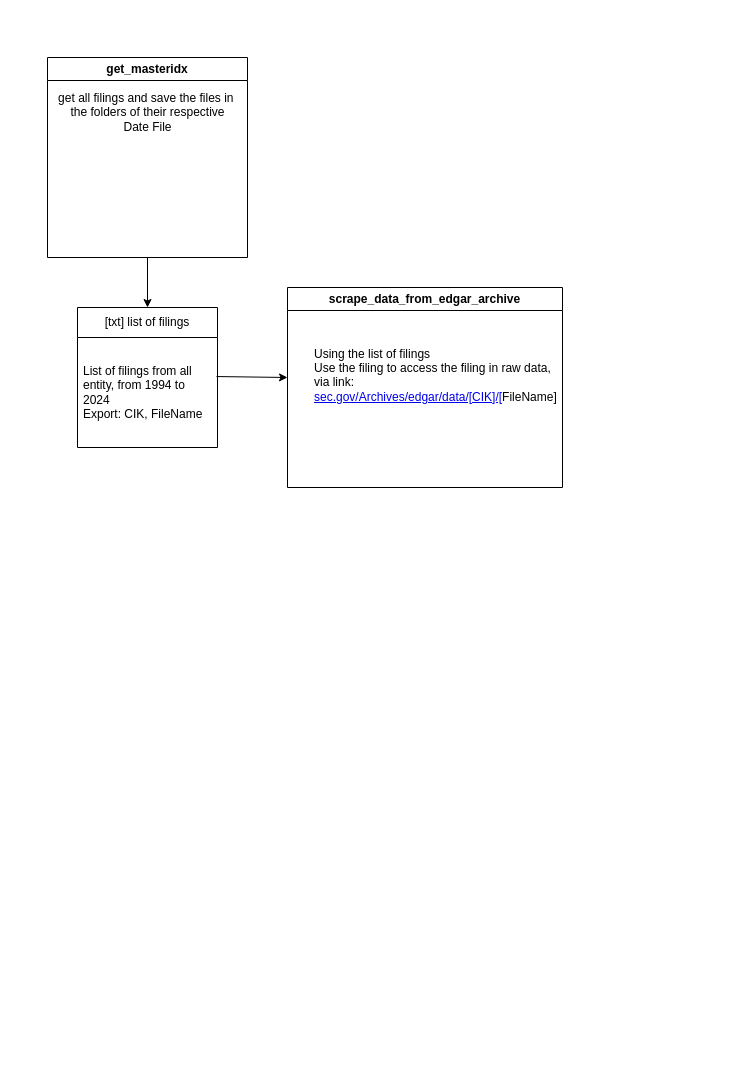
The draw.io diagram page "Page-1" (1 of 2) of Untitled Diagram.drawio in LinhVarru/SEC-API-Search-Engine, before the edit. Source tidied: cells renumbered, new cells numbered last; positions are measured from the earlier drawing's top-left corner, leaving out a move shared by most shapes. Both pictures are drawn from the tidied source at 100%, with x=0, y=0 at pixel (47, 57).
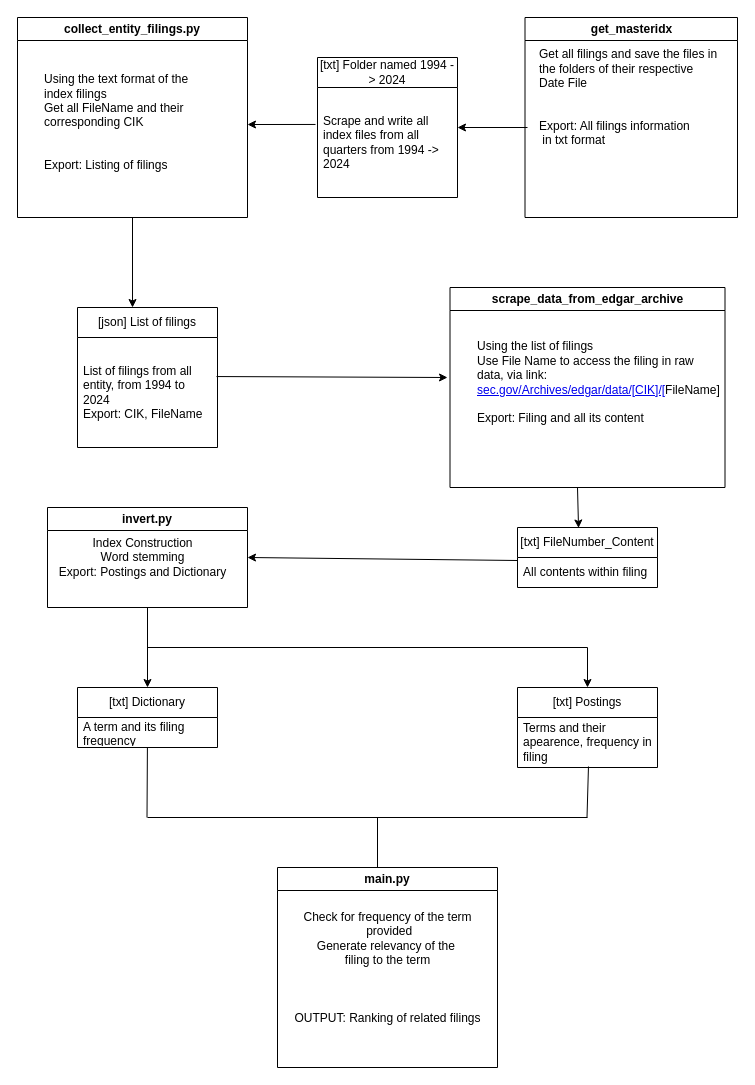
After the change.

Unchanged cells that the change refers to:
```xml
<mxCell id="6" value="List of filings from all entity, from 1994 to 2024&lt;div&gt;Export: CIK, FileName&lt;/div&gt;" style="text;strokeColor=none;fillColor=none;align=left;verticalAlign=middle;spacingLeft=4;spacingRight=4;overflow=hidden;points=[[0,0.5],[1,0.5]];portConstraint=eastwest;whiteSpace=wrap;html=1;" parent="5" vertex="1">
  <mxGeometry y="30" width="140" height="110" as="geometry" />
</mxCell>
```

The edit, as a diff of the source:
```diff
@@
     <mxCell id="2" value="get_masteridx" style="swimlane;whiteSpace=wrap;html=1;" parent="1" vertex="1">
-      <mxGeometry width="200" height="200" as="geometry" />
+      <mxGeometry x="477.5" y="-40" width="212.5" height="200" as="geometry" />
     </mxCell>
-    <mxCell id="3" value="get all filings and save the files in&amp;nbsp;&lt;div&gt;t&lt;span style=&quot;background-color: initial;&quot;&gt;he folders of their respective&lt;/span&gt;&lt;div&gt;&lt;div&gt;Date File&lt;/div&gt;&lt;/div&gt;&lt;/div&gt;" style="text;html=1;align=center;verticalAlign=middle;strokeColor=none;fillColor=none;" parent="2" vertex="1">
-      <mxGeometry y="25" width="200" height="60" as="geometry" />
+    <mxCell id="3" value="Get all filings and save the files in&amp;nbsp;&lt;div&gt;t&lt;span style=&quot;background-color: initial;&quot;&gt;he folders of their respective&lt;/span&gt;&lt;div&gt;&lt;div&gt;Date File&lt;/div&gt;&lt;/div&gt;&lt;/div&gt;&lt;div style=&quot;&quot;&gt;&lt;br&gt;&lt;/div&gt;&lt;div&gt;&lt;br&gt;&lt;/div&gt;&lt;div&gt;Export: All filings information&lt;/div&gt;&lt;div&gt;&amp;nbsp;in txt format&lt;/div&gt;" style="text;html=1;align=left;verticalAlign=middle;strokeColor=none;fillColor=none;" parent="2" vertex="1">
+      <mxGeometry x="12.5" y="25" width="200" height="110" as="geometry" />
     </mxCell>
-    <mxCell id="4" style="endArrow=classic;html=1;rounded=0;exitX=0.5;exitY=1;exitDx=0;exitDy=0;" parent="1" edge="1" source="2">
-      <mxGeometry relative="1" as="geometry">
-        <mxPoint x="100" y="250" as="targetPoint" />
-      </mxGeometry>
-    </mxCell>
-    <mxCell id="5" value="[txt] list of filings" style="swimlane;fontStyle=0;horizontal=1;startSize=30;whiteSpace=wrap;html=1;" parent="1" vertex="1">
+    <mxCell id="5" value="[json] List of filings" style="swimlane;fontStyle=0;horizontal=1;startSize=30;whiteSpace=wrap;html=1;" parent="1" vertex="1">
       <mxGeometry x="30" y="250" width="140" height="140" as="geometry" />
     </mxCell>
@@
     <mxCell id="7" style="endArrow=classic;html=1;rounded=0;exitX=0.993;exitY=0.355;exitDx=0;exitDy=0;exitPerimeter=0;" parent="1" edge="1" source="6">
       <mxGeometry relative="1" as="geometry">
-        <mxPoint x="240" y="320" as="targetPoint" />
+        <mxPoint x="400" y="320" as="targetPoint" />
       </mxGeometry>
     </mxCell>
     <mxCell id="8" value="scrape_data_from_edgar_archive" style="swimlane;whiteSpace=wrap;html=1;" parent="1" vertex="1">
-      <mxGeometry x="240" y="230" width="275" height="200" as="geometry" />
+      <mxGeometry x="402.5" y="230" width="275" height="200" as="geometry" />
     </mxCell>
-    <mxCell id="9" value="Using the list of filings&lt;div&gt;Use the filing to access the filing in raw data, via link:&lt;/div&gt;&lt;div&gt;&lt;a href=&quot;https://www.sec.gov/Archives/edgar/data/704172/0001493152-24-009464.txt&quot;&gt;sec.gov/Archives/edgar/data/[CIK]/[&lt;/a&gt;FileName]&lt;br&gt;&lt;/div&gt;&lt;div&gt;&lt;br&gt;&lt;/div&gt;" style="text;html=1;align=left;verticalAlign=middle;whiteSpace=wrap;rounded=0;" parent="8" vertex="1">
+    <mxCell id="9" value="Using the list of filings&lt;div&gt;Use File Name to access the filing in raw data, via link:&lt;/div&gt;&lt;div&gt;&lt;a href=&quot;https://www.sec.gov/Archives/edgar/data/704172/0001493152-24-009464.txt&quot;&gt;sec.gov/Archives/edgar/data/[CIK]/[&lt;/a&gt;FileName]&lt;br&gt;&lt;/div&gt;&lt;div&gt;&lt;br&gt;&lt;/div&gt;&lt;div&gt;Export: Filing and all its content&lt;/div&gt;" style="text;html=1;align=left;verticalAlign=middle;whiteSpace=wrap;rounded=0;" parent="8" vertex="1">
       <mxGeometry x="25" y="75" width="175" height="40" as="geometry" />
     </mxCell>
+    <mxCell id="10" style="endArrow=classic;html=1;rounded=0;entryX=0.436;entryY=0.008;entryDx=0;entryDy=0;entryPerimeter=0;" parent="8" edge="1" target="11">
+      <mxGeometry relative="1" as="geometry">
+        <mxPoint x="127.5" y="200" as="sourcePoint" />
+      </mxGeometry>
+    </mxCell>
+    <mxCell id="11" value="[txt] FileNumber_Content" style="swimlane;fontStyle=0;horizontal=1;startSize=30;whiteSpace=wrap;html=1;" parent="1" vertex="1">
+      <mxGeometry x="470" y="470" width="140" height="60" as="geometry" />
+    </mxCell>
+    <mxCell id="12" style="endArrow=classic;html=1;rounded=0;entryX=1;entryY=0.5;entryDx=0;entryDy=0;" parent="11" edge="1" target="14">
+      <mxGeometry relative="1" as="geometry">
+        <mxPoint y="33" as="sourcePoint" />
+      </mxGeometry>
+    </mxCell>
+    <mxCell id="13" value="All contents within filing" style="text;strokeColor=none;fillColor=none;align=left;verticalAlign=middle;spacingLeft=4;spacingRight=4;overflow=hidden;whiteSpace=wrap;html=1;" parent="11" vertex="1">
+      <mxGeometry y="30" width="140" height="30" as="geometry" />
+    </mxCell>
+    <mxCell id="14" value="invert.py" style="swimlane;whiteSpace=wrap;html=1;" parent="1" vertex="1">
+      <mxGeometry y="450" width="200" height="100" as="geometry" />
+    </mxCell>
+    <mxCell id="15" value="Index Construction&lt;div&gt;Word stemming&lt;br&gt;&lt;div&gt;Export: Postings and Dictionary&lt;/div&gt;&lt;/div&gt;" style="text;html=1;align=center;verticalAlign=middle;strokeColor=none;fillColor=none;" parent="14" vertex="1">
+      <mxGeometry y="20" width="190" height="60" as="geometry" />
+    </mxCell>
+    <mxCell id="16" style="endArrow=classic;html=1;rounded=0;exitX=0.5;exitY=1;exitDx=0;exitDy=0;" parent="1" edge="1" source="14">
+      <mxGeometry relative="1" as="geometry">
+        <mxPoint x="100" y="630" as="targetPoint" />
+      </mxGeometry>
+    </mxCell>
+    <mxCell id="17" value="[txt] Dictionary" style="swimlane;fontStyle=0;horizontal=1;startSize=30;whiteSpace=wrap;html=1;" parent="1" vertex="1">
+      <mxGeometry x="30" y="630" width="140" height="60" as="geometry" />
+    </mxCell>
+    <mxCell id="18" value="A term and its filing frequency" style="text;strokeColor=none;fillColor=none;align=left;verticalAlign=middle;spacingLeft=4;spacingRight=4;overflow=hidden;points=[[0,0.5],[1,0.5]];portConstraint=eastwest;whiteSpace=wrap;html=1;" parent="17" vertex="1">
+      <mxGeometry y="30" width="140" height="30" as="geometry" />
+    </mxCell>
+    <mxCell id="19" value="[txt] Postings" style="swimlane;fontStyle=0;horizontal=1;startSize=30;whiteSpace=wrap;html=1;" parent="1" vertex="1">
+      <mxGeometry x="470" y="630" width="140" height="80" as="geometry" />
+    </mxCell>
+    <mxCell id="20" value="Terms and their apearence, frequency in filing" style="text;strokeColor=none;fillColor=none;align=left;verticalAlign=middle;spacingLeft=4;spacingRight=4;overflow=hidden;points=[[0,0.5],[1,0.5]];portConstraint=eastwest;whiteSpace=wrap;html=1;" parent="19" vertex="1">
+      <mxGeometry y="30" width="140" height="50" as="geometry" />
+    </mxCell>
+    <mxCell id="21" style="endArrow=none;html=1;rounded=0;entryX=0.507;entryY=0.98;entryDx=0;entryDy=0;entryPerimeter=0;" parent="19" edge="1" target="20">
+      <mxGeometry relative="1" as="geometry">
+        <mxPoint x="69.5" y="130" as="sourcePoint" />
+      </mxGeometry>
+    </mxCell>
+    <mxCell id="22" style="endArrow=none;html=1;rounded=0;" parent="1" edge="1">
+      <mxGeometry relative="1" as="geometry">
+        <mxPoint x="100" y="590" as="sourcePoint" />
+        <mxPoint x="540" y="590" as="targetPoint" />
+      </mxGeometry>
+    </mxCell>
+    <mxCell id="23" style="endArrow=classic;html=1;rounded=0;entryX=0.5;entryY=0;entryDx=0;entryDy=0;" parent="1" edge="1" target="19">
+      <mxGeometry relative="1" as="geometry">
+        <mxPoint x="540" y="590" as="sourcePoint" />
+      </mxGeometry>
+    </mxCell>
+    <mxCell id="24" style="endArrow=none;html=1;rounded=0;" parent="1" edge="1" target="18">
+      <mxGeometry relative="1" as="geometry">
+        <mxPoint x="99.5" y="760" as="sourcePoint" />
+      </mxGeometry>
+    </mxCell>
+    <mxCell id="25" style="endArrow=none;html=1;rounded=0;" parent="1" edge="1">
+      <mxGeometry relative="1" as="geometry">
+        <mxPoint x="540" y="760" as="sourcePoint" />
+        <mxPoint x="100" y="760" as="targetPoint" />
+      </mxGeometry>
+    </mxCell>
+    <mxCell id="26" style="endArrow=classic;html=1;rounded=0;" parent="1" edge="1">
+      <mxGeometry relative="1" as="geometry">
+        <mxPoint x="330" y="760" as="sourcePoint" />
+        <mxPoint x="330" y="820" as="targetPoint" />
+      </mxGeometry>
+    </mxCell>
+    <mxCell id="27" value="main.py" style="swimlane;whiteSpace=wrap;html=1;" parent="1" vertex="1">
+      <mxGeometry x="230" y="810" width="220" height="200" as="geometry" />
+    </mxCell>
+    <mxCell id="28" value="Check for frequency of the term&lt;div&gt;&amp;nbsp;provided&lt;div&gt;Generate relevancy of the&amp;nbsp;&lt;/div&gt;&lt;div&gt;filing to the term&lt;/div&gt;&lt;/div&gt;&lt;div&gt;&lt;br&gt;&lt;/div&gt;&lt;div&gt;&lt;br&gt;&lt;/div&gt;&lt;div&gt;&lt;br&gt;&lt;/div&gt;&lt;div&gt;OUTPUT: Ranking of related filings&lt;/div&gt;" style="text;html=1;align=center;verticalAlign=middle;strokeColor=none;fillColor=none;" parent="27" vertex="1">
+      <mxGeometry x="5" y="35" width="210" height="130" as="geometry" />
+    </mxCell>
+    <mxCell id="29" style="endArrow=classic;html=1;rounded=0;" parent="1" edge="1" target="30">
+      <mxGeometry relative="1" as="geometry">
+        <mxPoint x="480" y="70" as="sourcePoint" />
+      </mxGeometry>
+    </mxCell>
+    <mxCell id="30" value="[txt] Folder named 1994 -&amp;gt; 2024" style="swimlane;fontStyle=0;horizontal=1;startSize=30;whiteSpace=wrap;html=1;" parent="1" vertex="1">
+      <mxGeometry x="270" width="140" height="140" as="geometry" />
+    </mxCell>
+    <mxCell id="31" value="Scrape and write all index files from all quarters from 1994 -&amp;gt; 2024" style="text;strokeColor=none;fillColor=none;align=left;verticalAlign=middle;spacingLeft=4;spacingRight=4;overflow=hidden;points=[[0,0.5],[1,0.5]];portConstraint=eastwest;whiteSpace=wrap;html=1;" parent="30" vertex="1">
+      <mxGeometry y="30" width="140" height="110" as="geometry" />
+    </mxCell>
+    <mxCell id="32" value="collect_entity_filings.py" style="swimlane;whiteSpace=wrap;html=1;" parent="1" vertex="1">
+      <mxGeometry x="-30" y="-40" width="230" height="200" as="geometry" />
+    </mxCell>
+    <mxCell id="33" value="Using the text format of the&amp;nbsp;&lt;div&gt;index filings&lt;div&gt;Get all FileName and their&amp;nbsp;&lt;/div&gt;&lt;div&gt;corresponding CIK&lt;/div&gt;&lt;/div&gt;&lt;div&gt;&lt;br&gt;&lt;/div&gt;&lt;div&gt;&lt;br&gt;&lt;/div&gt;&lt;div&gt;Export: Listing of filings&lt;/div&gt;" style="text;html=1;align=left;verticalAlign=middle;strokeColor=none;fillColor=none;" parent="32" vertex="1">
+      <mxGeometry x="25" y="50" width="170" height="110" as="geometry" />
+    </mxCell>
+    <mxCell id="34" style="endArrow=classic;html=1;rounded=0;exitX=-0.014;exitY=0.336;exitDx=0;exitDy=0;exitPerimeter=0;" parent="32" edge="1" source="31">
+      <mxGeometry relative="1" as="geometry">
+        <mxPoint x="230" y="107" as="targetPoint" />
+      </mxGeometry>
+    </mxCell>
+    <mxCell id="35" style="endArrow=classic;html=1;rounded=0;exitX=0.5;exitY=1;exitDx=0;exitDy=0;entryX=0.393;entryY=0;entryDx=0;entryDy=0;entryPerimeter=0;" parent="1" edge="1" source="32" target="5">
+      <mxGeometry relative="1" as="geometry" />
+    </mxCell>
```
